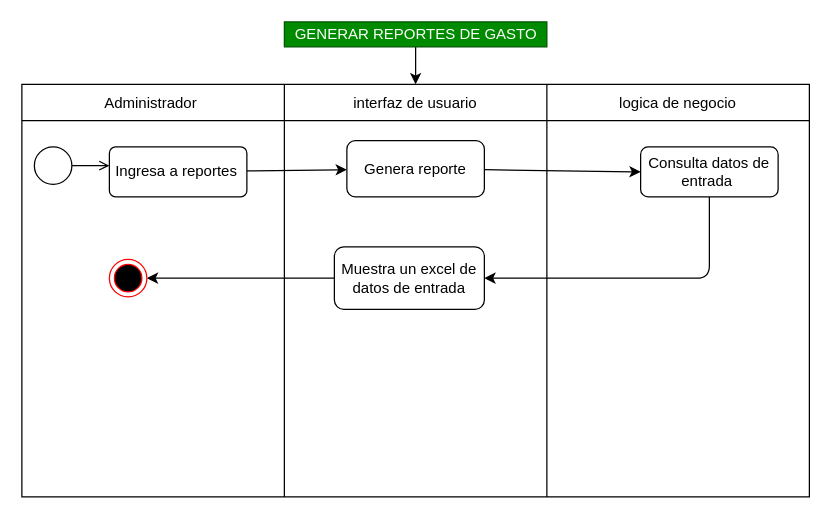
The draw.io diagram Diagramas_Actividad/DAA.13.1.drawio in DavidArtavia/Activity_Diagram-, before the edit. Source tidied: cells renumbered, new cells numbered last; positions are measured from the earlier drawing's top-left corner, leaving out a move shared by most shapes. Both pictures are drawn from the tidied source at 125%, with x=0, y=0 at pixel (21, 21).
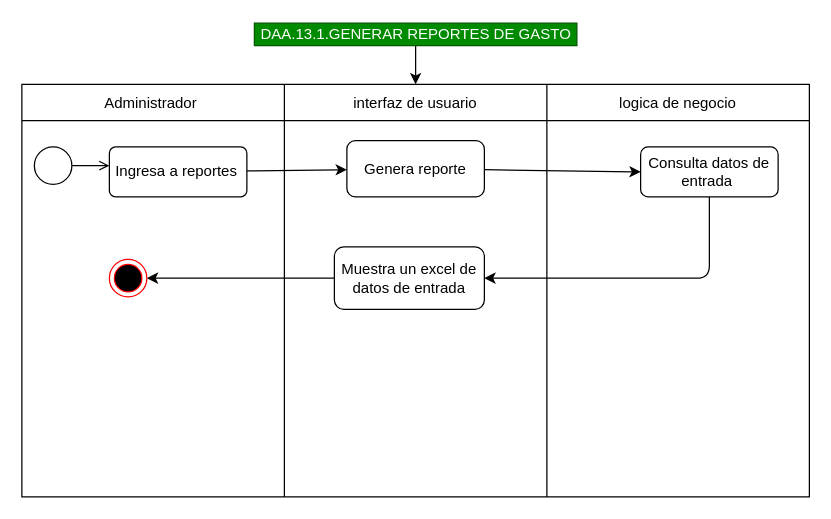
The same page after the edit.

What changed in the source:
```diff
@@
-    <mxCell id="22" value="GENERAR REPORTES DE GASTO" style="text;html=1;align=center;verticalAlign=middle;points=[];rounded=0;fillColor=#008a00;fontColor=#ffffff;strokeColor=#005700;" parent="1" vertex="1">
-      <mxGeometry x="210" width="210" height="20" as="geometry" />
+    <mxCell id="22" value="DAA.13.1.GENERAR REPORTES DE GASTO" style="text;html=1;align=center;verticalAlign=middle;points=[];rounded=0;fillColor=#008a00;fontColor=#ffffff;strokeColor=#005700;" parent="1" vertex="1">
+      <mxGeometry x="186" y="1" width="258" height="18" as="geometry" />
     </mxCell>
```
